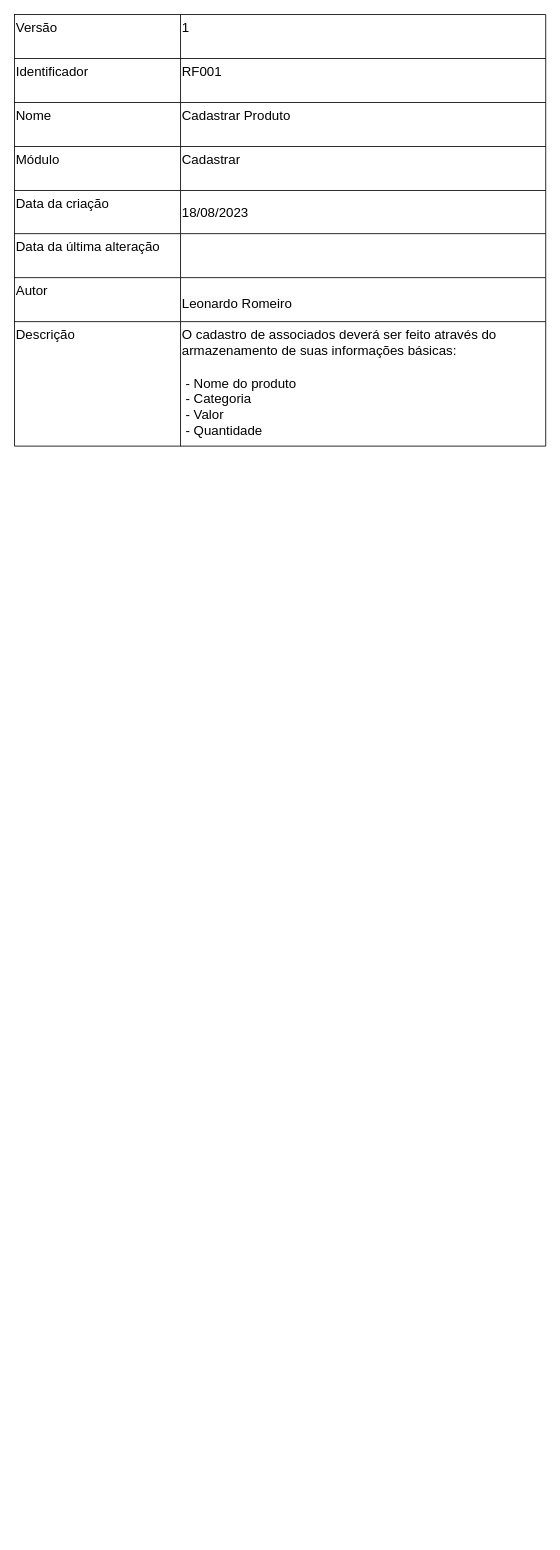
Before: Diagramas/formulario_de_requisitos.drawio in LeozinRomeiro/Modelagem_SENAI_CTM, a draw.io diagram. Source tidied: cells renumbered, new cells numbered last; positions are measured from the earlier drawing's top-left corner, leaving out a move shared by most shapes. Both pictures are drawn from the tidied source at 83%, with x=0, y=0 at pixel (14, 14).
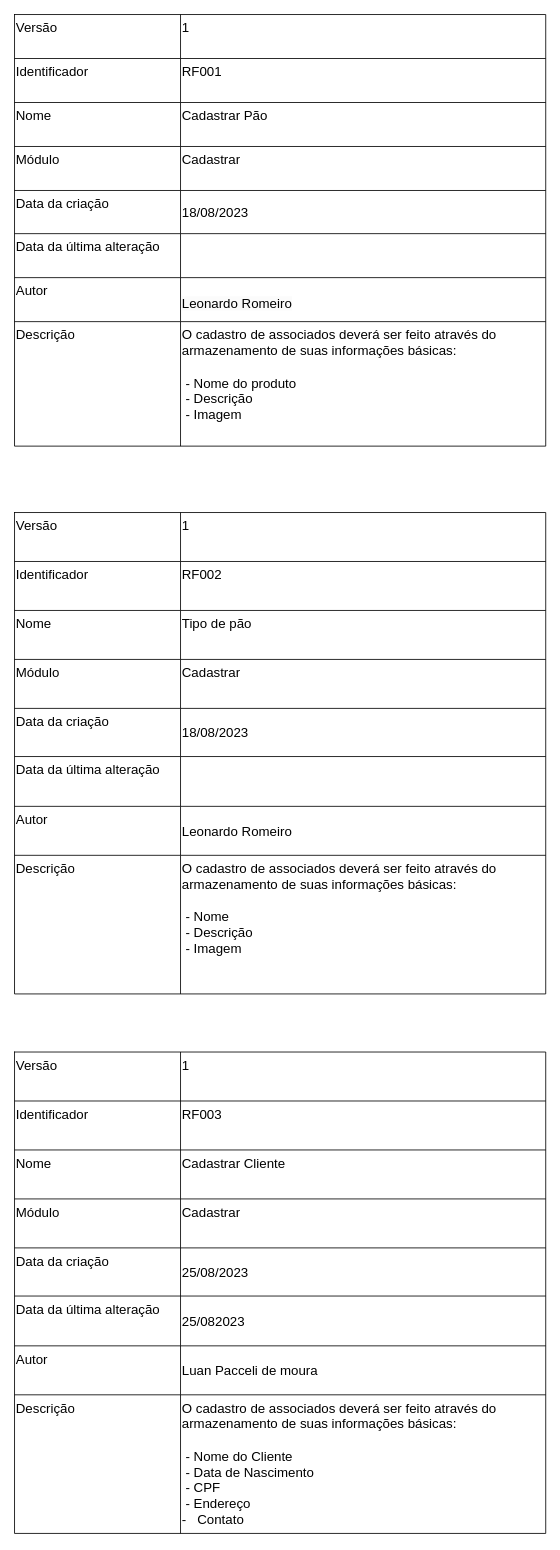
After the change.

The change refers to these unchanged cells:
```xml
<mxCell id="9" style="shape=tableRow;horizontal=0;startSize=0;swimlaneHead=0;swimlaneBody=0;strokeColor=inherit;top=0;left=0;bottom=0;right=0;fillColor=none;fontSize=16;" parent="2" vertex="1">
  <mxGeometry y="106" width="640" height="53" as="geometry" />
</mxCell>
<mxCell id="24" style="shape=tableRow;horizontal=0;startSize=0;swimlaneHead=0;swimlaneBody=0;strokeColor=inherit;top=0;left=0;bottom=0;right=0;fillColor=none;fontSize=16;" parent="2" vertex="1">
  <mxGeometry y="370" width="640" height="150" as="geometry" />
</mxCell>
```

The edit, as a diff of the source:
```diff
@@
-    <mxCell id="11" value="Cadastrar Produto" style="shape=partialRectangle;html=1;whiteSpace=wrap;strokeColor=inherit;overflow=hidden;fillColor=none;top=0;left=0;bottom=0;right=0;fontSize=16;align=left;verticalAlign=top;" parent="9" vertex="1">
+    <mxCell id="11" value="Cadastrar Pão" style="shape=partialRectangle;html=1;whiteSpace=wrap;strokeColor=inherit;overflow=hidden;fillColor=none;top=0;left=0;bottom=0;right=0;fontSize=16;align=left;verticalAlign=top;" parent="9" vertex="1">
       <mxGeometry x="200" width="440" height="53" as="geometry" />
     </mxCell>
@@
-    <mxCell id="26" value="O cadastro de associados deverá ser feito através do armazenamento de suas informações básicas:&lt;br&gt;&lt;br&gt;&amp;nbsp;- Nome do produto&lt;br&gt;&amp;nbsp;- Categoria&lt;br&gt;&amp;nbsp;- Valor&lt;br&gt;&amp;nbsp;- Quantidade" style="shape=partialRectangle;html=1;whiteSpace=wrap;strokeColor=inherit;overflow=hidden;fillColor=none;top=0;left=0;bottom=0;right=0;fontSize=16;align=left;verticalAlign=top;" parent="24" vertex="1">
+    <mxCell id="26" value="O cadastro de associados deverá ser feito através do armazenamento de suas informações básicas:&lt;br&gt;&lt;br&gt;&amp;nbsp;- Nome do produto&lt;br&gt;&amp;nbsp;- Descrição&lt;br&gt;&amp;nbsp;- Imagem" style="shape=partialRectangle;html=1;whiteSpace=wrap;strokeColor=inherit;overflow=hidden;fillColor=none;top=0;left=0;bottom=0;right=0;fontSize=16;align=left;verticalAlign=top;" parent="24" vertex="1">
       <mxGeometry x="200" width="440" height="150" as="geometry" />
     </mxCell>
+    <mxCell id="27" style="shape=table;startSize=0;childLayout=tableLayout;fontSize=16;" parent="1" vertex="1">
+      <mxGeometry y="1250" width="640" height="580" as="geometry" />
+    </mxCell>
+    <mxCell id="28" style="shape=tableRow;horizontal=0;startSize=0;swimlaneHead=0;swimlaneBody=0;strokeColor=inherit;top=0;left=0;bottom=0;right=0;fillColor=none;fontSize=16;" parent="27" vertex="1">
+      <mxGeometry width="640" height="59" as="geometry" />
+    </mxCell>
+    <mxCell id="29" value="Versão" style="shape=partialRectangle;html=1;whiteSpace=wrap;strokeColor=inherit;overflow=hidden;fillColor=none;top=0;left=0;bottom=0;right=0;fontSize=16;align=left;verticalAlign=top;" parent="28" vertex="1">
+      <mxGeometry width="200" height="59" as="geometry" />
+    </mxCell>
+    <mxCell id="30" value="1" style="shape=partialRectangle;html=1;whiteSpace=wrap;strokeColor=inherit;overflow=hidden;fillColor=none;top=0;left=0;bottom=0;right=0;fontSize=16;align=left;verticalAlign=top;" parent="28" vertex="1">
+      <mxGeometry x="200" width="440" height="59" as="geometry" />
+    </mxCell>
+    <mxCell id="31" style="shape=tableRow;horizontal=0;startSize=0;swimlaneHead=0;swimlaneBody=0;strokeColor=inherit;top=0;left=0;bottom=0;right=0;fillColor=none;fontSize=16;" parent="27" vertex="1">
+      <mxGeometry y="59" width="640" height="59" as="geometry" />
+    </mxCell>
+    <mxCell id="32" value="Identificador" style="shape=partialRectangle;html=1;whiteSpace=wrap;strokeColor=inherit;overflow=hidden;fillColor=none;top=0;left=0;bottom=0;right=0;fontSize=16;align=left;verticalAlign=top;" parent="31" vertex="1">
+      <mxGeometry width="200" height="59" as="geometry" />
+    </mxCell>
+    <mxCell id="33" value="RF003" style="shape=partialRectangle;html=1;whiteSpace=wrap;strokeColor=inherit;overflow=hidden;fillColor=none;top=0;left=0;bottom=0;right=0;fontSize=16;align=left;verticalAlign=top;" parent="31" vertex="1">
+      <mxGeometry x="200" width="440" height="59" as="geometry" />
+    </mxCell>
+    <mxCell id="34" style="shape=tableRow;horizontal=0;startSize=0;swimlaneHead=0;swimlaneBody=0;strokeColor=inherit;top=0;left=0;bottom=0;right=0;fillColor=none;fontSize=16;" parent="27" vertex="1">
+      <mxGeometry y="118" width="640" height="59" as="geometry" />
+    </mxCell>
+    <mxCell id="35" value="Nome" style="shape=partialRectangle;html=1;whiteSpace=wrap;strokeColor=inherit;overflow=hidden;fillColor=none;top=0;left=0;bottom=0;right=0;fontSize=16;align=left;verticalAlign=top;" parent="34" vertex="1">
+      <mxGeometry width="200" height="59" as="geometry" />
+    </mxCell>
+    <mxCell id="36" value="Cadastrar Cliente&amp;nbsp;" style="shape=partialRectangle;html=1;whiteSpace=wrap;strokeColor=inherit;overflow=hidden;fillColor=none;top=0;left=0;bottom=0;right=0;fontSize=16;align=left;verticalAlign=top;" parent="34" vertex="1">
+      <mxGeometry x="200" width="440" height="59" as="geometry" />
+    </mxCell>
+    <mxCell id="37" style="shape=tableRow;horizontal=0;startSize=0;swimlaneHead=0;swimlaneBody=0;strokeColor=inherit;top=0;left=0;bottom=0;right=0;fillColor=none;fontSize=16;" parent="27" vertex="1">
+      <mxGeometry y="177" width="640" height="59" as="geometry" />
+    </mxCell>
+    <mxCell id="38" value="Módulo" style="shape=partialRectangle;html=1;whiteSpace=wrap;strokeColor=inherit;overflow=hidden;fillColor=none;top=0;left=0;bottom=0;right=0;fontSize=16;align=left;verticalAlign=top;" parent="37" vertex="1">
+      <mxGeometry width="200" height="59" as="geometry" />
+    </mxCell>
+    <mxCell id="39" value="&lt;span style=&quot;margin: 0px; padding: 0px; user-select: text; -webkit-user-drag: none; -webkit-tap-highlight-color: transparent;&quot; class=&quot;NormalTextRun SCXW47150359 BCX8&quot;&gt;Cadastrar&lt;/span&gt;&lt;span style=&quot;margin: 0px; padding: 0px; user-select: text; -webkit-user-drag: none; -webkit-tap-highlight-color: transparent; background-color: rgb(255, 255, 255); font-size: 11pt; line-height: 19.425px; font-family: Calibri, Calibri_EmbeddedFont, Calibri_MSFontService, sans-serif; font-variant-ligatures: none !important;&quot; class=&quot;TextRun SCXW47150359 BCX8&quot; lang=&quot;PT-BR&quot;&gt;&lt;/span&gt;&lt;span style=&quot;margin: 0px; padding: 0px; user-select: text; -webkit-user-drag: none; -webkit-tap-highlight-color: transparent; background-color: rgb(255, 255, 255); font-size: 11pt; line-height: 19.425px; font-family: Calibri, Calibri_EmbeddedFont, Calibri_MSFontService, sans-serif;&quot; class=&quot;EOP SCXW47150359 BCX8&quot;&gt;&amp;nbsp;&lt;/span&gt;" style="shape=partialRectangle;html=1;whiteSpace=wrap;strokeColor=inherit;overflow=hidden;fillColor=none;top=0;left=0;bottom=0;right=0;fontSize=16;align=left;verticalAlign=top;" parent="37" vertex="1">
+      <mxGeometry x="200" width="440" height="59" as="geometry" />
+    </mxCell>
+    <mxCell id="40" style="shape=tableRow;horizontal=0;startSize=0;swimlaneHead=0;swimlaneBody=0;strokeColor=inherit;top=0;left=0;bottom=0;right=0;fillColor=none;fontSize=16;" parent="27" vertex="1">
+      <mxGeometry y="236" width="640" height="58" as="geometry" />
+    </mxCell>
+    <mxCell id="41" value="Data da criação" style="shape=partialRectangle;html=1;whiteSpace=wrap;strokeColor=inherit;overflow=hidden;fillColor=none;top=0;left=0;bottom=0;right=0;fontSize=16;align=left;verticalAlign=top;" parent="40" vertex="1">
+      <mxGeometry width="200" height="58" as="geometry" />
+    </mxCell>
+    <mxCell id="42" value="25/08/2023" style="shape=partialRectangle;html=1;whiteSpace=wrap;strokeColor=inherit;overflow=hidden;fillColor=none;top=0;left=0;bottom=0;right=0;fontSize=16;align=left;" parent="40" vertex="1">
+      <mxGeometry x="200" width="440" height="58" as="geometry" />
+    </mxCell>
+    <mxCell id="43" style="shape=tableRow;horizontal=0;startSize=0;swimlaneHead=0;swimlaneBody=0;strokeColor=inherit;top=0;left=0;bottom=0;right=0;fillColor=none;fontSize=16;" parent="27" vertex="1">
+      <mxGeometry y="294" width="640" height="60" as="geometry" />
+    </mxCell>
+    <mxCell id="44" value="Data da última alteração" style="shape=partialRectangle;html=1;whiteSpace=wrap;strokeColor=inherit;overflow=hidden;fillColor=none;top=0;left=0;bottom=0;right=0;fontSize=16;align=left;verticalAlign=top;" parent="43" vertex="1">
+      <mxGeometry width="200" height="60" as="geometry" />
+    </mxCell>
+    <mxCell id="45" value="25/082023" style="shape=partialRectangle;html=1;whiteSpace=wrap;strokeColor=inherit;overflow=hidden;fillColor=none;top=0;left=0;bottom=0;right=0;fontSize=16;align=left;" parent="43" vertex="1">
+      <mxGeometry x="200" width="440" height="60" as="geometry" />
+    </mxCell>
+    <mxCell id="46" style="shape=tableRow;horizontal=0;startSize=0;swimlaneHead=0;swimlaneBody=0;strokeColor=inherit;top=0;left=0;bottom=0;right=0;fillColor=none;fontSize=16;" parent="27" vertex="1">
+      <mxGeometry y="354" width="640" height="59" as="geometry" />
+    </mxCell>
+    <mxCell id="47" value="Autor&amp;nbsp;" style="shape=partialRectangle;html=1;whiteSpace=wrap;strokeColor=inherit;overflow=hidden;fillColor=none;top=0;left=0;bottom=0;right=0;fontSize=16;align=left;verticalAlign=top;" parent="46" vertex="1">
+      <mxGeometry width="200" height="59" as="geometry" />
+    </mxCell>
+    <mxCell id="48" value="Luan Pacceli de moura" style="shape=partialRectangle;html=1;whiteSpace=wrap;strokeColor=inherit;overflow=hidden;fillColor=none;top=0;left=0;bottom=0;right=0;fontSize=16;align=left;" parent="46" vertex="1">
+      <mxGeometry x="200" width="440" height="59" as="geometry" />
+    </mxCell>
+    <mxCell id="49" style="shape=tableRow;horizontal=0;startSize=0;swimlaneHead=0;swimlaneBody=0;strokeColor=inherit;top=0;left=0;bottom=0;right=0;fillColor=none;fontSize=16;" parent="27" vertex="1">
+      <mxGeometry y="413" width="640" height="167" as="geometry" />
+    </mxCell>
+    <mxCell id="50" value="Descrição" style="shape=partialRectangle;html=1;whiteSpace=wrap;strokeColor=inherit;overflow=hidden;fillColor=none;top=0;left=0;bottom=0;right=0;fontSize=16;align=left;verticalAlign=top;" parent="49" vertex="1">
+      <mxGeometry width="200" height="167" as="geometry" />
+    </mxCell>
+    <mxCell id="51" value="O cadastro de associados deverá ser feito através do armazenamento de suas informações básicas:&lt;br&gt;&lt;br&gt;&amp;nbsp;- Nome do Cliente&lt;br&gt;&amp;nbsp;- Data de Nascimento&lt;br&gt;&amp;nbsp;- CPF&lt;br&gt;&amp;nbsp;- Endereço&lt;br&gt;-&amp;nbsp; &amp;nbsp;Contato&amp;nbsp;" style="shape=partialRectangle;html=1;whiteSpace=wrap;strokeColor=inherit;overflow=hidden;fillColor=none;top=0;left=0;bottom=0;right=0;fontSize=16;align=left;verticalAlign=top;" parent="49" vertex="1">
+      <mxGeometry x="200" width="440" height="167" as="geometry" />
+    </mxCell>
+    <mxCell id="52" style="shape=table;startSize=0;childLayout=tableLayout;fontSize=16;" parent="1" vertex="1">
+      <mxGeometry y="600" width="640" height="580" as="geometry" />
+    </mxCell>
+    <mxCell id="53" style="shape=tableRow;horizontal=0;startSize=0;swimlaneHead=0;swimlaneBody=0;strokeColor=inherit;top=0;left=0;bottom=0;right=0;fillColor=none;fontSize=16;" parent="52" vertex="1">
+      <mxGeometry width="640" height="59" as="geometry" />
+    </mxCell>
+    <mxCell id="54" value="Versão" style="shape=partialRectangle;html=1;whiteSpace=wrap;strokeColor=inherit;overflow=hidden;fillColor=none;top=0;left=0;bottom=0;right=0;fontSize=16;align=left;verticalAlign=top;" parent="53" vertex="1">
+      <mxGeometry width="200" height="59" as="geometry" />
+    </mxCell>
+    <mxCell id="55" value="1" style="shape=partialRectangle;html=1;whiteSpace=wrap;strokeColor=inherit;overflow=hidden;fillColor=none;top=0;left=0;bottom=0;right=0;fontSize=16;align=left;verticalAlign=top;" parent="53" vertex="1">
+      <mxGeometry x="200" width="440" height="59" as="geometry" />
+    </mxCell>
+    <mxCell id="56" style="shape=tableRow;horizontal=0;startSize=0;swimlaneHead=0;swimlaneBody=0;strokeColor=inherit;top=0;left=0;bottom=0;right=0;fillColor=none;fontSize=16;" parent="52" vertex="1">
+      <mxGeometry y="59" width="640" height="59" as="geometry" />
+    </mxCell>
+    <mxCell id="57" value="Identificador" style="shape=partialRectangle;html=1;whiteSpace=wrap;strokeColor=inherit;overflow=hidden;fillColor=none;top=0;left=0;bottom=0;right=0;fontSize=16;align=left;verticalAlign=top;" parent="56" vertex="1">
+      <mxGeometry width="200" height="59" as="geometry" />
+    </mxCell>
+    <mxCell id="58" value="RF002" style="shape=partialRectangle;html=1;whiteSpace=wrap;strokeColor=inherit;overflow=hidden;fillColor=none;top=0;left=0;bottom=0;right=0;fontSize=16;align=left;verticalAlign=top;" parent="56" vertex="1">
+      <mxGeometry x="200" width="440" height="59" as="geometry" />
+    </mxCell>
+    <mxCell id="59" style="shape=tableRow;horizontal=0;startSize=0;swimlaneHead=0;swimlaneBody=0;strokeColor=inherit;top=0;left=0;bottom=0;right=0;fillColor=none;fontSize=16;" parent="52" vertex="1">
+      <mxGeometry y="118" width="640" height="59" as="geometry" />
+    </mxCell>
+    <mxCell id="60" value="Nome" style="shape=partialRectangle;html=1;whiteSpace=wrap;strokeColor=inherit;overflow=hidden;fillColor=none;top=0;left=0;bottom=0;right=0;fontSize=16;align=left;verticalAlign=top;" parent="59" vertex="1">
+      <mxGeometry width="200" height="59" as="geometry" />
+    </mxCell>
+    <mxCell id="61" value="Tipo de pão" style="shape=partialRectangle;html=1;whiteSpace=wrap;strokeColor=inherit;overflow=hidden;fillColor=none;top=0;left=0;bottom=0;right=0;fontSize=16;align=left;verticalAlign=top;" parent="59" vertex="1">
+      <mxGeometry x="200" width="440" height="59" as="geometry" />
+    </mxCell>
+    <mxCell id="62" style="shape=tableRow;horizontal=0;startSize=0;swimlaneHead=0;swimlaneBody=0;strokeColor=inherit;top=0;left=0;bottom=0;right=0;fillColor=none;fontSize=16;" parent="52" vertex="1">
+      <mxGeometry y="177" width="640" height="59" as="geometry" />
+    </mxCell>
+    <mxCell id="63" value="Módulo" style="shape=partialRectangle;html=1;whiteSpace=wrap;strokeColor=inherit;overflow=hidden;fillColor=none;top=0;left=0;bottom=0;right=0;fontSize=16;align=left;verticalAlign=top;" parent="62" vertex="1">
+      <mxGeometry width="200" height="59" as="geometry" />
+    </mxCell>
+    <mxCell id="64" value="&lt;span style=&quot;margin: 0px; padding: 0px; user-select: text; -webkit-user-drag: none; -webkit-tap-highlight-color: transparent;&quot; class=&quot;NormalTextRun SCXW47150359 BCX8&quot;&gt;Cadastrar&lt;/span&gt;&lt;span style=&quot;margin: 0px; padding: 0px; user-select: text; -webkit-user-drag: none; -webkit-tap-highlight-color: transparent; background-color: rgb(255, 255, 255); font-size: 11pt; line-height: 19.425px; font-family: Calibri, Calibri_EmbeddedFont, Calibri_MSFontService, sans-serif; font-variant-ligatures: none !important;&quot; class=&quot;TextRun SCXW47150359 BCX8&quot; lang=&quot;PT-BR&quot;&gt;&lt;/span&gt;&lt;span style=&quot;margin: 0px; padding: 0px; user-select: text; -webkit-user-drag: none; -webkit-tap-highlight-color: transparent; background-color: rgb(255, 255, 255); font-size: 11pt; line-height: 19.425px; font-family: Calibri, Calibri_EmbeddedFont, Calibri_MSFontService, sans-serif;&quot; class=&quot;EOP SCXW47150359 BCX8&quot;&gt;&amp;nbsp;&lt;/span&gt;" style="shape=partialRectangle;html=1;whiteSpace=wrap;strokeColor=inherit;overflow=hidden;fillColor=none;top=0;left=0;bottom=0;right=0;fontSize=16;align=left;verticalAlign=top;" parent="62" vertex="1">
+      <mxGeometry x="200" width="440" height="59" as="geometry" />
+    </mxCell>
+    <mxCell id="65" style="shape=tableRow;horizontal=0;startSize=0;swimlaneHead=0;swimlaneBody=0;strokeColor=inherit;top=0;left=0;bottom=0;right=0;fillColor=none;fontSize=16;" parent="52" vertex="1">
+      <mxGeometry y="236" width="640" height="58" as="geometry" />
+    </mxCell>
+    <mxCell id="66" value="Data da criação" style="shape=partialRectangle;html=1;whiteSpace=wrap;strokeColor=inherit;overflow=hidden;fillColor=none;top=0;left=0;bottom=0;right=0;fontSize=16;align=left;verticalAlign=top;" parent="65" vertex="1">
+      <mxGeometry width="200" height="58" as="geometry" />
+    </mxCell>
+    <mxCell id="67" value="18/08/2023" style="shape=partialRectangle;html=1;whiteSpace=wrap;strokeColor=inherit;overflow=hidden;fillColor=none;top=0;left=0;bottom=0;right=0;fontSize=16;align=left;" parent="65" vertex="1">
+      <mxGeometry x="200" width="440" height="58" as="geometry" />
+    </mxCell>
+    <mxCell id="68" style="shape=tableRow;horizontal=0;startSize=0;swimlaneHead=0;swimlaneBody=0;strokeColor=inherit;top=0;left=0;bottom=0;right=0;fillColor=none;fontSize=16;" parent="52" vertex="1">
+      <mxGeometry y="294" width="640" height="60" as="geometry" />
+    </mxCell>
+    <mxCell id="69" value="Data da última alteração" style="shape=partialRectangle;html=1;whiteSpace=wrap;strokeColor=inherit;overflow=hidden;fillColor=none;top=0;left=0;bottom=0;right=0;fontSize=16;align=left;verticalAlign=top;" parent="68" vertex="1">
+      <mxGeometry width="200" height="60" as="geometry" />
+    </mxCell>
+    <mxCell id="70" style="shape=partialRectangle;html=1;whiteSpace=wrap;strokeColor=inherit;overflow=hidden;fillColor=none;top=0;left=0;bottom=0;right=0;fontSize=16;align=left;" parent="68" vertex="1">
+      <mxGeometry x="200" width="440" height="60" as="geometry" />
+    </mxCell>
+    <mxCell id="71" style="shape=tableRow;horizontal=0;startSize=0;swimlaneHead=0;swimlaneBody=0;strokeColor=inherit;top=0;left=0;bottom=0;right=0;fillColor=none;fontSize=16;" parent="52" vertex="1">
+      <mxGeometry y="354" width="640" height="59" as="geometry" />
+    </mxCell>
+    <mxCell id="72" value="Autor&amp;nbsp;" style="shape=partialRectangle;html=1;whiteSpace=wrap;strokeColor=inherit;overflow=hidden;fillColor=none;top=0;left=0;bottom=0;right=0;fontSize=16;align=left;verticalAlign=top;" parent="71" vertex="1">
+      <mxGeometry width="200" height="59" as="geometry" />
+    </mxCell>
+    <mxCell id="73" value="Leonardo Romeiro" style="shape=partialRectangle;html=1;whiteSpace=wrap;strokeColor=inherit;overflow=hidden;fillColor=none;top=0;left=0;bottom=0;right=0;fontSize=16;align=left;" parent="71" vertex="1">
+      <mxGeometry x="200" width="440" height="59" as="geometry" />
+    </mxCell>
+    <mxCell id="74" style="shape=tableRow;horizontal=0;startSize=0;swimlaneHead=0;swimlaneBody=0;strokeColor=inherit;top=0;left=0;bottom=0;right=0;fillColor=none;fontSize=16;" parent="52" vertex="1">
+      <mxGeometry y="413" width="640" height="167" as="geometry" />
+    </mxCell>
+    <mxCell id="75" value="Descrição" style="shape=partialRectangle;html=1;whiteSpace=wrap;strokeColor=inherit;overflow=hidden;fillColor=none;top=0;left=0;bottom=0;right=0;fontSize=16;align=left;verticalAlign=top;" parent="74" vertex="1">
+      <mxGeometry width="200" height="167" as="geometry" />
+    </mxCell>
+    <mxCell id="76" value="O cadastro de associados deverá ser feito através do armazenamento de suas informações básicas:&lt;br&gt;&lt;br&gt;&amp;nbsp;- Nome&lt;br&gt;&amp;nbsp;- Descrição&lt;br&gt;&amp;nbsp;- Imagem" style="shape=partialRectangle;html=1;whiteSpace=wrap;strokeColor=inherit;overflow=hidden;fillColor=none;top=0;left=0;bottom=0;right=0;fontSize=16;align=left;verticalAlign=top;" parent="74" vertex="1">
+      <mxGeometry x="200" width="440" height="167" as="geometry" />
+    </mxCell>
```
